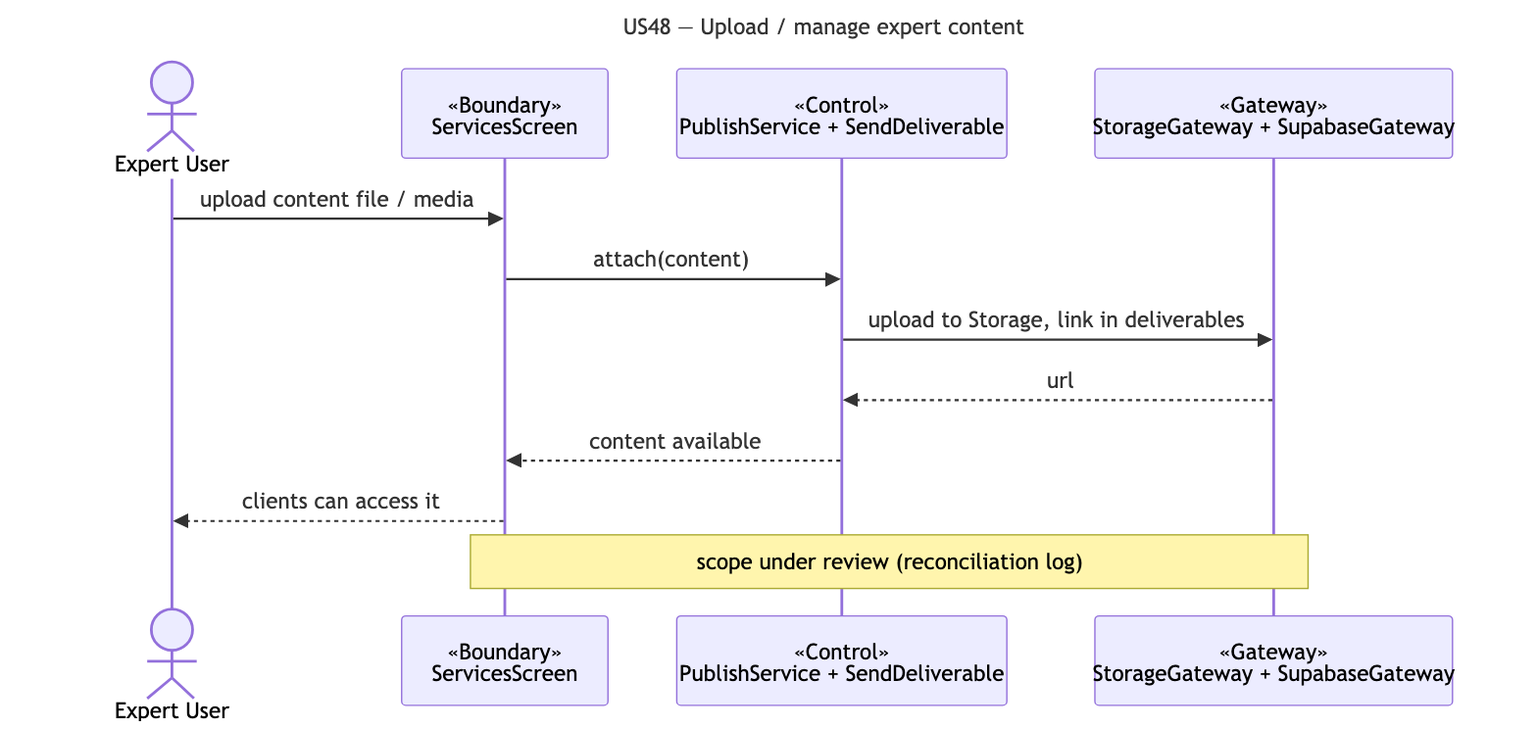
Before: docs/deliverables/sequence-diagrams/US48-expert-content.png, a diagram exported from Mermaid (cyuanjun/FYP-26-S2-37-app). Its source is kept beside it as docs/deliverables/sequence-diagrams/src/US48-expert-content.mmd.
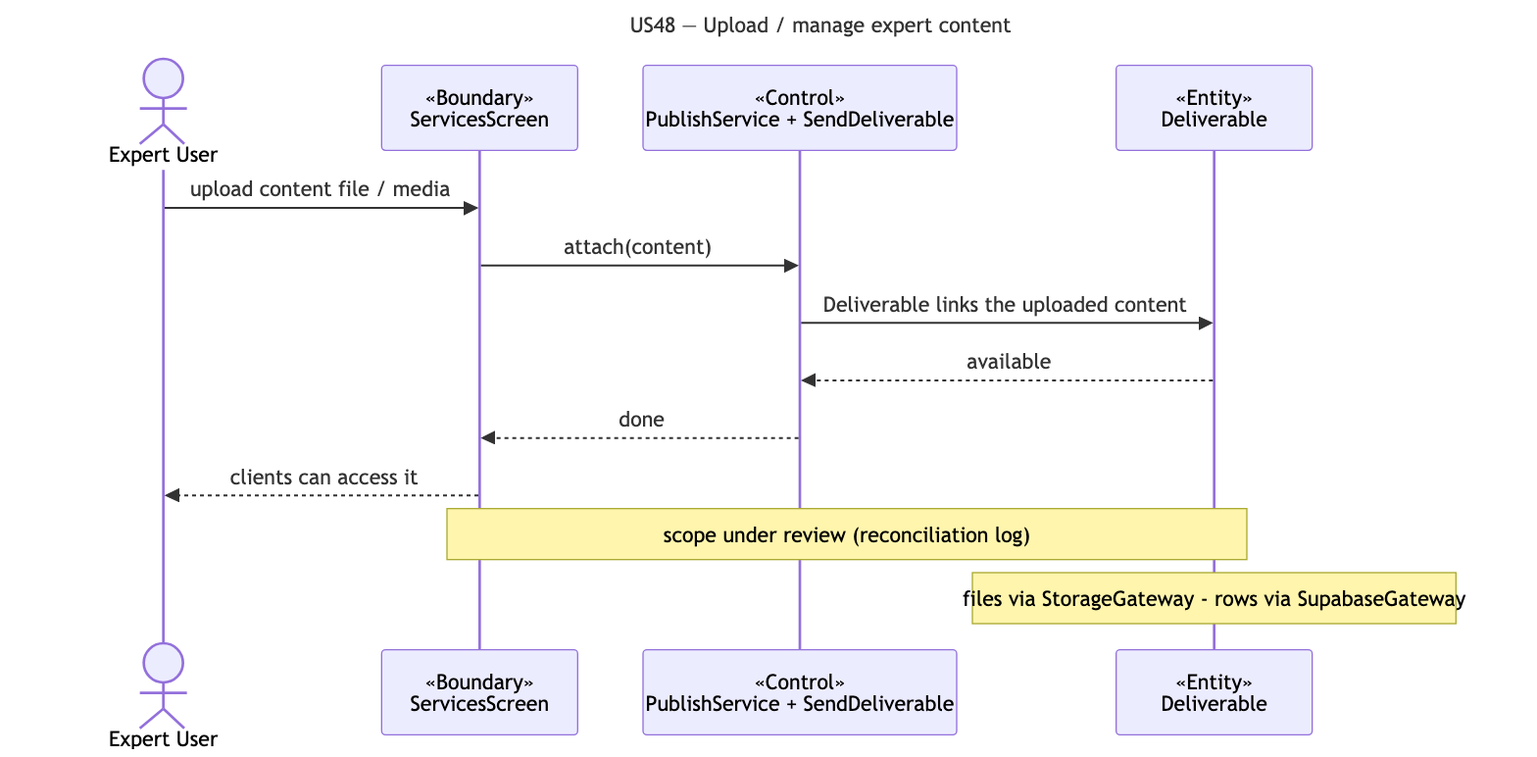
After the change.

What changed in the source:
```diff
@@ -5,11 +5,12 @@
   actor A as Expert User
   participant B as «Boundary»<br/>ServicesScreen
   participant C as «Control»<br/>PublishService + SendDeliverable
-  participant G as «Gateway»<br/>StorageGateway + SupabaseGateway
+  participant E as «Entity»<br/>Deliverable
   A->>B: upload content file / media
   B->>C: attach(content)
-  C->>G: upload to Storage, link in deliverables
-  G-->>C: url
-  C-->>B: content available
+  C->>E: Deliverable links the uploaded content
+  E-->>C: available
+  C-->>B: done
   B-->>A: clients can access it
-  note over B,G: scope under review (reconciliation log)
+  note over B,E: scope under review (reconciliation log)
+  note over E: files via StorageGateway - rows via SupabaseGateway
```
